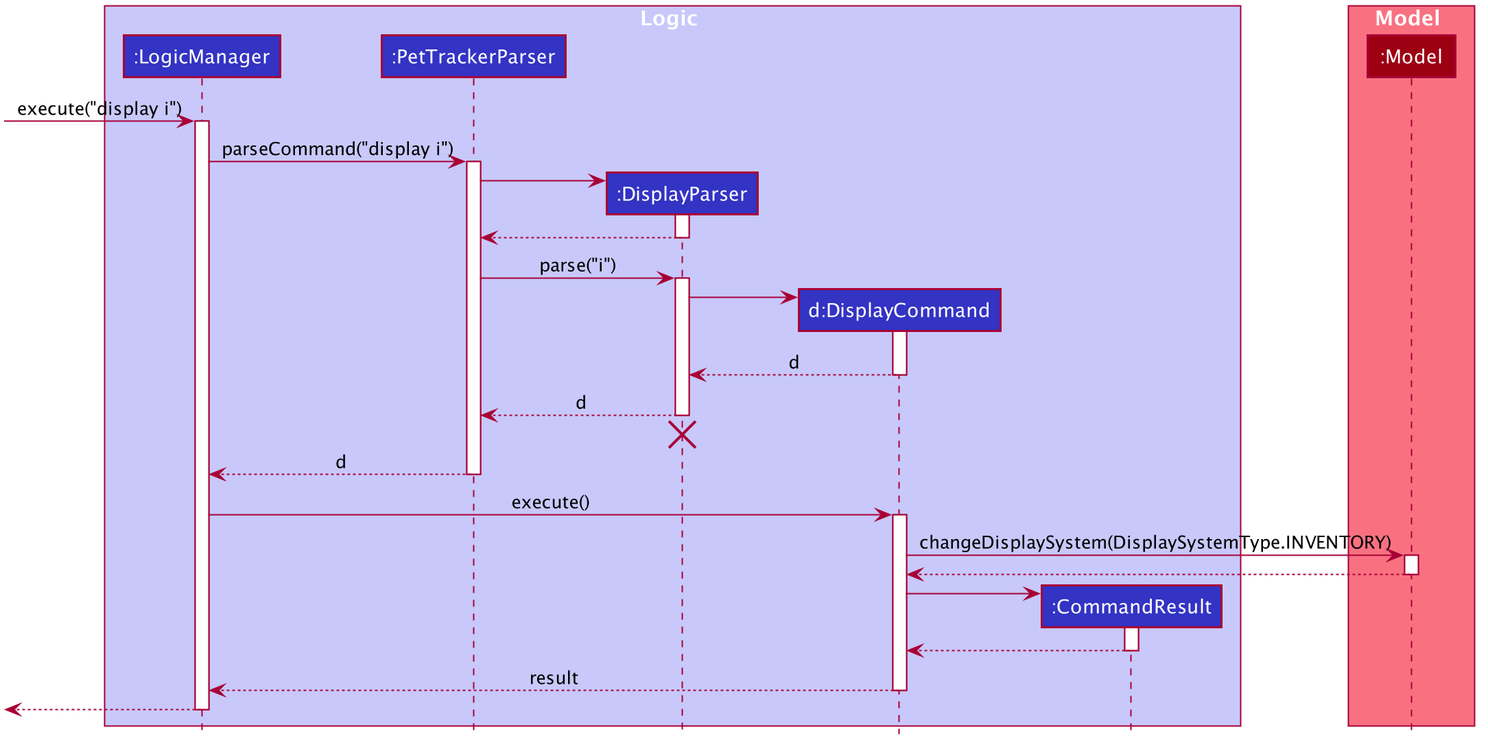
Above: images/dev-guide/DisplayInventorySequenceDiagram.png in AY1920S2-CS2103-W15-4/main (PlantUML), before the change.
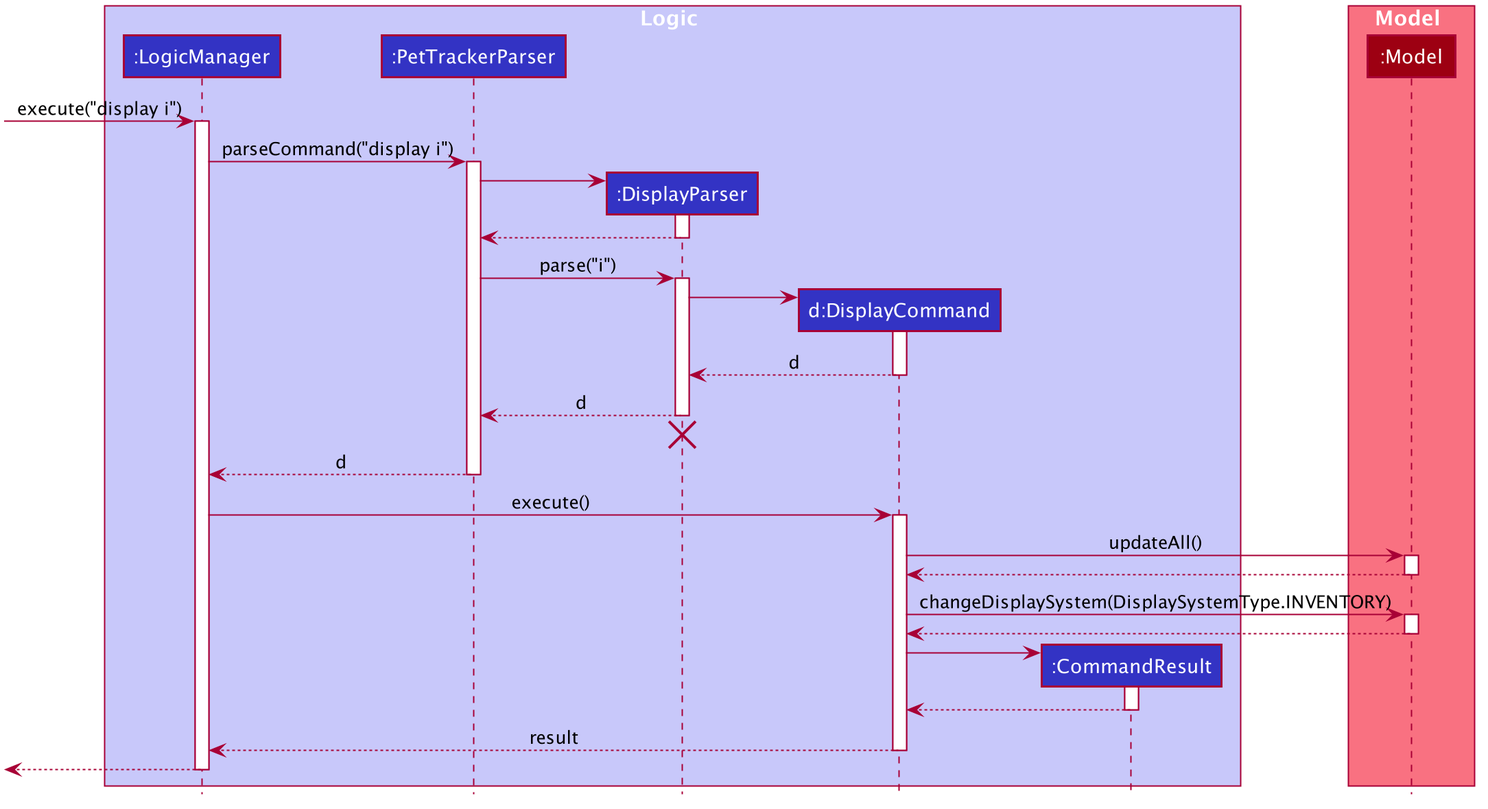
After the commit.

Change to the diagram source:
```diff
@@ -94,6 +94,11 @@
 LogicManager -> DisplayCommand : execute()
 activate DisplayCommand
 
+DisplayCommand -> Model : updateAll()
+activate Model
+Model --> DisplayCommand
+deactivate Model
+
 DisplayCommand -> Model : changeDisplaySystem(DisplaySystemType.INVENTORY)
 activate Model
 
```
